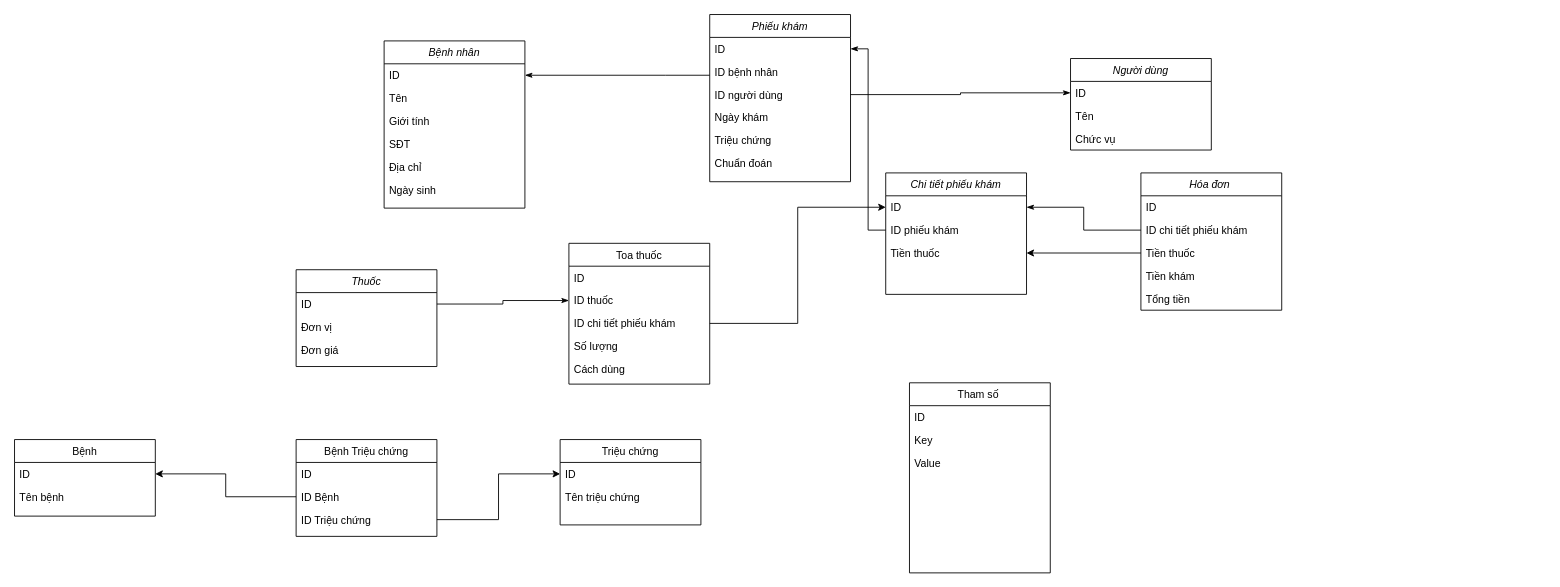
The draw.io diagram Untitled Diagram.drawio in thanhxinhtraiuit/DACNPM, before the edit. Source tidied: cells renumbered, new cells numbered last; positions are measured from the earlier drawing's top-left corner, leaving out a move shared by most shapes. Both pictures are drawn from the tidied source at 88%, with x=0, y=0 at pixel (14, 14).
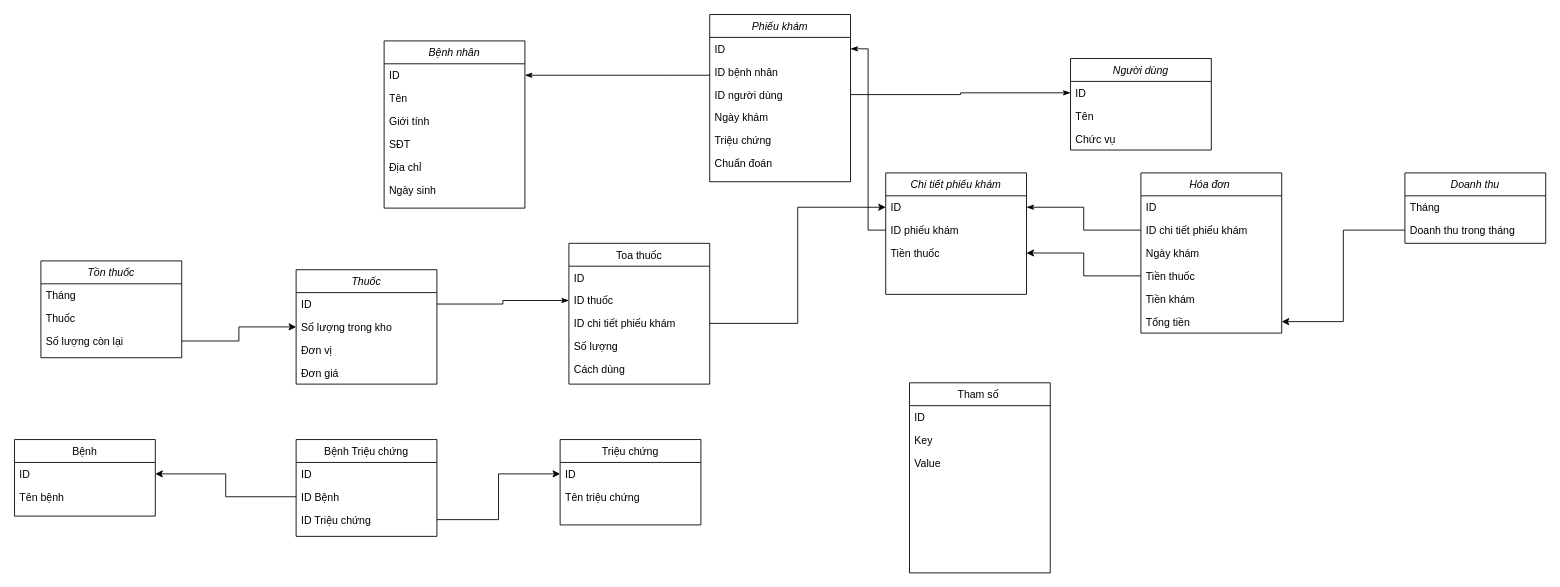
After the change.

Diff of the diagram source:
```diff
@@
     <mxCell id="43" value="Thuốc" style="swimlane;fontStyle=2;align=center;verticalAlign=top;horizontal=1;startSize=26;rounded=0;shadow=0;strokeWidth=1;" parent="1" vertex="1">
-      <mxGeometry x="320" y="290" width="160" height="110" as="geometry" />
+      <mxGeometry x="320" y="290" width="160" height="130" as="geometry" />
     </mxCell>
@@
+    <mxCell id="63" value="Số lượng trong kho" style="text;align=left;verticalAlign=top;spacingLeft=4;spacingRight=4;overflow=hidden;points=[[0,0.5],[1,0.5]];portConstraint=eastwest;rounded=0;shadow=0;html=0;" parent="43" vertex="1">
+      <mxGeometry y="52" width="160" height="26" as="geometry" />
+    </mxCell>
     <mxCell id="45" value="Đơn vị" style="text;align=left;verticalAlign=top;spacingLeft=4;spacingRight=4;overflow=hidden;rounded=0;shadow=0;html=0;" parent="43" vertex="1">
-      <mxGeometry y="52" width="160" height="26" as="geometry" />
+      <mxGeometry y="78" width="160" height="26" as="geometry" />
     </mxCell>
     <mxCell id="46" value="Đơn giá" style="text;align=left;verticalAlign=top;spacingLeft=4;spacingRight=4;overflow=hidden;rounded=0;shadow=0;html=0;" parent="43" vertex="1">
-      <mxGeometry y="78" width="160" height="26" as="geometry" />
+      <mxGeometry y="104" width="160" height="26" as="geometry" />
     </mxCell>
@@
     <mxCell id="48" value="Hóa đơn " style="swimlane;fontStyle=2;align=center;verticalAlign=top;horizontal=1;startSize=26;rounded=0;shadow=0;strokeWidth=1;" parent="1" vertex="1">
-      <mxGeometry x="1280" y="180" width="160" height="156" as="geometry" />
+      <mxGeometry x="1280" y="180" width="160" height="182" as="geometry" />
     </mxCell>
@@
+    <mxCell id="64" value="Ngày khám" style="text;align=left;verticalAlign=top;spacingLeft=4;spacingRight=4;overflow=hidden;" parent="48" vertex="1">
+      <mxGeometry y="78" width="160" height="26" as="geometry" />
+    </mxCell>
     <mxCell id="51" value="Tiền thuốc" style="text;align=left;verticalAlign=top;spacingLeft=4;spacingRight=4;overflow=hidden;points=[[0,0.5],[1,0.5]];portConstraint=eastwest;" parent="48" vertex="1">
-      <mxGeometry y="78" width="160" height="26" as="geometry" />
+      <mxGeometry y="104" width="160" height="26" as="geometry" />
     </mxCell>
     <mxCell id="52" value="Tiền khám" style="text;align=left;verticalAlign=top;spacingLeft=4;spacingRight=4;overflow=hidden;" parent="48" vertex="1">
-      <mxGeometry y="104" width="160" height="26" as="geometry" />
+      <mxGeometry y="130" width="160" height="26" as="geometry" />
     </mxCell>
     <mxCell id="53" value="Tổng tiền" style="text;align=left;verticalAlign=top;spacingLeft=4;spacingRight=4;overflow=hidden;points=[[0,0.5],[1,0.5]];portConstraint=eastwest;" parent="48" vertex="1">
-      <mxGeometry y="130" width="160" height="26" as="geometry" />
+      <mxGeometry y="156" width="160" height="26" as="geometry" />
     </mxCell>
@@
+    <mxCell id="65" value="Doanh thu" style="swimlane;fontStyle=2;align=center;verticalAlign=top;horizontal=1;startSize=26;rounded=0;shadow=0;strokeWidth=1;" parent="1" vertex="1">
+      <mxGeometry x="1580" y="180" width="160" height="80" as="geometry" />
+    </mxCell>
+    <mxCell id="66" value="Tháng" style="text;align=left;verticalAlign=top;spacingLeft=4;spacingRight=4;overflow=hidden;" parent="65" vertex="1">
+      <mxGeometry y="26" width="160" height="26" as="geometry" />
+    </mxCell>
+    <mxCell id="67" value="Doanh thu trong tháng" style="text;align=left;verticalAlign=top;spacingLeft=4;spacingRight=4;overflow=hidden;points=[[0,0.5],[1,0.5]];portConstraint=eastwest;rounded=0;shadow=0;html=0;" parent="65" vertex="1">
+      <mxGeometry y="52" width="160" height="26" as="geometry" />
+    </mxCell>
+    <mxCell id="68" style="edgeStyle=orthogonalEdgeStyle;rounded=0;jettySize=auto;html=1;" parent="1" edge="1" source="67" target="53">
+      <mxGeometry relative="1" as="geometry" />
+    </mxCell>
+    <mxCell id="69" value="Tồn thuốc" style="swimlane;fontStyle=2;align=center;verticalAlign=top;horizontal=1;startSize=26;rounded=0;shadow=0;strokeWidth=1;" parent="1" vertex="1">
+      <mxGeometry x="30" y="280" width="160" height="110" as="geometry" />
+    </mxCell>
+    <mxCell id="70" value="Tháng" style="text;align=left;verticalAlign=top;spacingLeft=4;spacingRight=4;overflow=hidden;rounded=0;shadow=0;html=0;" parent="69" vertex="1">
+      <mxGeometry y="26" width="160" height="26" as="geometry" />
+    </mxCell>
+    <mxCell id="71" value="Thuốc" style="text;align=left;verticalAlign=top;spacingLeft=4;spacingRight=4;overflow=hidden;" parent="69" vertex="1">
+      <mxGeometry y="52" width="160" height="26" as="geometry" />
+    </mxCell>
+    <mxCell id="72" value="Số lượng còn lại" style="text;align=left;verticalAlign=top;spacingLeft=4;spacingRight=4;overflow=hidden;points=[[0,0.5],[1,0.5]];portConstraint=eastwest;rounded=0;shadow=0;html=0;" parent="69" vertex="1">
+      <mxGeometry y="78" width="160" height="26" as="geometry" />
+    </mxCell>
+    <mxCell id="73" style="edgeStyle=orthogonalEdgeStyle;rounded=0;jettySize=auto;html=1;exitX=1;exitY=0.5;exitDx=0;exitDy=0;entryX=0;entryY=0.5;entryDx=0;entryDy=0;" parent="1" edge="1" source="72" target="63">
+      <mxGeometry relative="1" as="geometry" />
+    </mxCell>
```
